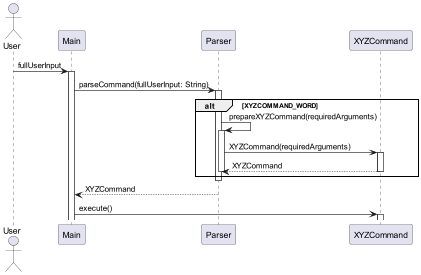
nus-cs2113-AY2324S1/tp keeps this PlantUML diagram as docs/images/sequence/Parser.png. Above is the earlier version. Source of this version:
```plantuml
@startuml

actor User

User -> Main: fullUserInput
activate Main
Main -> Parser: parseCommand(fullUserInput: String)
activate Parser

alt XYZCOMMAND_WORD
Parser -> Parser: prepareXYZCommand(requiredArguments)
activate Parser
Parser -> XYZCommand: XYZCommand(requiredArguments)
activate XYZCommand
XYZCommand --> Parser: XYZCommand
deactivate XYZCommand
deactivate Parser
end alt

deactivate Parser

Parser --> Main: XYZCommand
Main -> XYZCommand: execute()
activate XYZCommand
@enduml
```
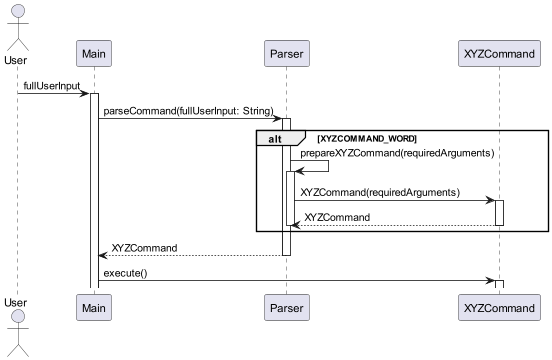
The same diagram one commit later.

Commit message:
Deactivate Parser in Parser sequence diagram

The edit, as a diff of the source:
```diff
@@ -17,9 +17,8 @@
 deactivate Parser
 end alt
 
+Parser --> Main: XYZCommand
 deactivate Parser
-
-Parser --> Main: XYZCommand
 Main -> XYZCommand: execute()
 activate XYZCommand
 @enduml
```
